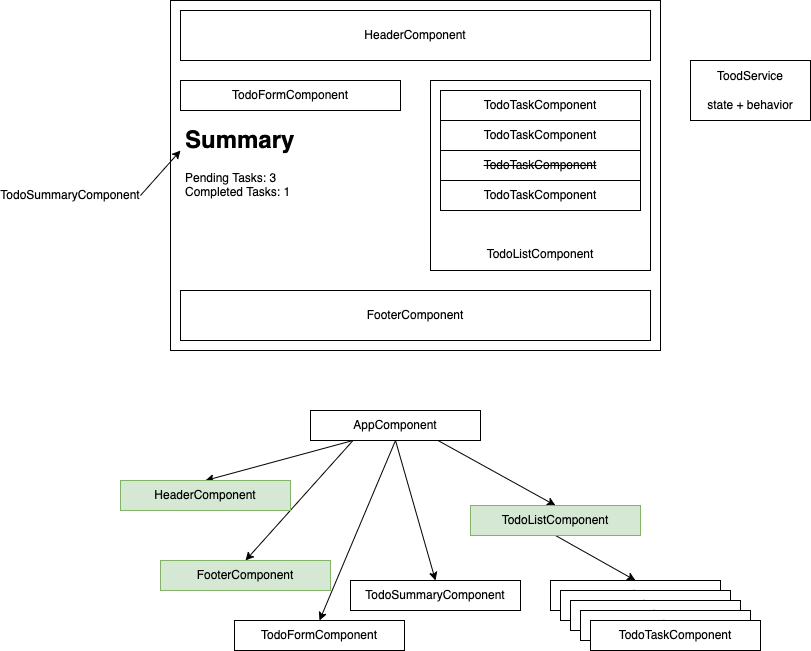
This is 2023-08-23/todolist-app/todolist-app.dio.png from vinod-kayartaya/EV_NODEJS_TS_ANGULAR_AUG_2023, a draw.io export, as it was before one commit. Source tidied: cells renumbered, new cells last; positions are measured from the earlier drawing's top-left corner, leaving out a move shared by most shapes. Source of this version:
```xml
<mxGraphModel>
  <root>
    <mxCell id="0" />
    <mxCell id="1" parent="0" />
    <mxCell id="2" style="rounded=0;whiteSpace=wrap;html=1;" parent="1" vertex="1">
      <mxGeometry x="170" width="490" height="350" as="geometry" />
    </mxCell>
    <mxCell id="3" value="HeaderComponent" style="rounded=0;whiteSpace=wrap;html=1;" parent="1" vertex="1">
      <mxGeometry x="180" y="10" width="470" height="50" as="geometry" />
    </mxCell>
    <mxCell id="4" value="TodoFormComponent" style="rounded=0;whiteSpace=wrap;html=1;" parent="1" vertex="1">
      <mxGeometry x="180" y="80" width="220" height="30" as="geometry" />
    </mxCell>
    <mxCell id="5" value="&lt;br&gt;&lt;br&gt;&lt;br&gt;&lt;br&gt;&lt;br&gt;&lt;br&gt;&lt;br&gt;&lt;br&gt;&lt;br&gt;&lt;br&gt;&lt;br&gt;TodoListComponent" style="rounded=0;whiteSpace=wrap;html=1;" parent="1" vertex="1">
      <mxGeometry x="430" y="80" width="220" height="190" as="geometry" />
    </mxCell>
    <mxCell id="6" value="TodoTaskComponent" style="rounded=0;whiteSpace=wrap;html=1;" parent="1" vertex="1">
      <mxGeometry x="440" y="90" width="200" height="30" as="geometry" />
    </mxCell>
    <mxCell id="7" value="TodoTaskComponent" style="rounded=0;whiteSpace=wrap;html=1;" parent="1" vertex="1">
      <mxGeometry x="440" y="120" width="200" height="30" as="geometry" />
    </mxCell>
    <mxCell id="8" value="&lt;strike&gt;TodoTaskComponent&lt;/strike&gt;" style="rounded=0;whiteSpace=wrap;html=1;" parent="1" vertex="1">
      <mxGeometry x="440" y="150" width="200" height="30" as="geometry" />
    </mxCell>
    <mxCell id="9" value="TodoTaskComponent" style="rounded=0;whiteSpace=wrap;html=1;" parent="1" vertex="1">
      <mxGeometry x="440" y="180" width="200" height="30" as="geometry" />
    </mxCell>
    <mxCell id="10" value="FooterComponent" style="rounded=0;whiteSpace=wrap;html=1;" parent="1" vertex="1">
      <mxGeometry x="180" y="290" width="470" height="50" as="geometry" />
    </mxCell>
    <mxCell id="11" value="&lt;h1&gt;Summary&lt;/h1&gt;&lt;div&gt;Pending Tasks: 3&lt;/div&gt;&lt;div&gt;Completed Tasks: 1&lt;/div&gt;" style="text;html=1;strokeColor=none;fillColor=none;spacing=5;spacingTop=-20;whiteSpace=wrap;overflow=hidden;rounded=0;" parent="1" vertex="1">
      <mxGeometry x="180" y="120" width="190" height="120" as="geometry" />
    </mxCell>
    <mxCell id="12" value="ToodService&lt;br&gt;&lt;br&gt;state + behavior" style="rounded=0;whiteSpace=wrap;html=1;" parent="1" vertex="1">
      <mxGeometry x="690" y="60" width="120" height="60" as="geometry" />
    </mxCell>
    <mxCell id="13" style="edgeStyle=none;html=1;exitX=1;exitY=0.5;exitDx=0;exitDy=0;entryX=0;entryY=0.25;entryDx=0;entryDy=0;" parent="1" edge="1" source="14" target="11">
      <mxGeometry relative="1" as="geometry" />
    </mxCell>
    <mxCell id="14" value="TodoSummaryComponent" style="text;html=1;strokeColor=none;fillColor=none;align=center;verticalAlign=middle;whiteSpace=wrap;rounded=0;" parent="1" vertex="1">
      <mxGeometry y="180" width="140" height="30" as="geometry" />
    </mxCell>
    <mxCell id="15" style="edgeStyle=none;html=1;exitX=0.25;exitY=1;exitDx=0;exitDy=0;entryX=0.5;entryY=0;entryDx=0;entryDy=0;" parent="1" edge="1" source="20" target="21">
      <mxGeometry relative="1" as="geometry" />
    </mxCell>
    <mxCell id="16" style="edgeStyle=none;html=1;exitX=0.25;exitY=1;exitDx=0;exitDy=0;entryX=0.5;entryY=0;entryDx=0;entryDy=0;" parent="1" edge="1" source="20" target="22">
      <mxGeometry relative="1" as="geometry" />
    </mxCell>
    <mxCell id="17" style="edgeStyle=none;html=1;exitX=0.5;exitY=1;exitDx=0;exitDy=0;entryX=0.5;entryY=0;entryDx=0;entryDy=0;" parent="1" edge="1" source="20" target="23">
      <mxGeometry relative="1" as="geometry" />
    </mxCell>
    <mxCell id="18" style="edgeStyle=none;html=1;exitX=0.5;exitY=1;exitDx=0;exitDy=0;entryX=0.5;entryY=0;entryDx=0;entryDy=0;" parent="1" edge="1" source="20" target="24">
      <mxGeometry relative="1" as="geometry" />
    </mxCell>
    <mxCell id="19" style="edgeStyle=none;html=1;exitX=0.75;exitY=1;exitDx=0;exitDy=0;entryX=0.5;entryY=0;entryDx=0;entryDy=0;" parent="1" edge="1" source="20" target="26">
      <mxGeometry relative="1" as="geometry" />
    </mxCell>
    <mxCell id="20" value="AppComponent" style="rounded=0;whiteSpace=wrap;html=1;" parent="1" vertex="1">
      <mxGeometry x="310" y="410" width="170" height="30" as="geometry" />
    </mxCell>
    <mxCell id="21" value="HeaderComponent" style="rounded=0;whiteSpace=wrap;html=1;fillColor=#d5e8d4;strokeColor=#82b366;" parent="1" vertex="1">
      <mxGeometry x="120" y="480" width="170" height="30" as="geometry" />
    </mxCell>
    <mxCell id="22" value="FooterComponent" style="rounded=0;whiteSpace=wrap;html=1;fillColor=#d5e8d4;strokeColor=#82b366;" parent="1" vertex="1">
      <mxGeometry x="160" y="560" width="170" height="30" as="geometry" />
    </mxCell>
    <mxCell id="23" value="TodoFormComponent" style="rounded=0;whiteSpace=wrap;html=1;" parent="1" vertex="1">
      <mxGeometry x="234" y="620" width="170" height="30" as="geometry" />
    </mxCell>
    <mxCell id="24" value="TodoSummaryComponent" style="rounded=0;whiteSpace=wrap;html=1;" parent="1" vertex="1">
      <mxGeometry x="350" y="580" width="170" height="30" as="geometry" />
    </mxCell>
    <mxCell id="25" style="edgeStyle=none;html=1;exitX=0.5;exitY=1;exitDx=0;exitDy=0;entryX=0.5;entryY=0;entryDx=0;entryDy=0;" parent="1" edge="1" source="26" target="27">
      <mxGeometry relative="1" as="geometry" />
    </mxCell>
    <mxCell id="26" value="TodoListComponent" style="rounded=0;whiteSpace=wrap;html=1;fillColor=#d5e8d4;strokeColor=#82b366;" parent="1" vertex="1">
      <mxGeometry x="470" y="505" width="170" height="30" as="geometry" />
    </mxCell>
    <mxCell id="27" value="TodoTaskComponent" style="rounded=0;whiteSpace=wrap;html=1;" parent="1" vertex="1">
      <mxGeometry x="550" y="580" width="170" height="30" as="geometry" />
    </mxCell>
    <mxCell id="28" value="TodoTaskComponent" style="rounded=0;whiteSpace=wrap;html=1;" parent="1" vertex="1">
      <mxGeometry x="560" y="590" width="170" height="30" as="geometry" />
    </mxCell>
    <mxCell id="29" value="TodoTaskComponent" style="rounded=0;whiteSpace=wrap;html=1;" parent="1" vertex="1">
      <mxGeometry x="570" y="600" width="170" height="30" as="geometry" />
    </mxCell>
    <mxCell id="30" value="TodoTaskComponent" style="rounded=0;whiteSpace=wrap;html=1;" parent="1" vertex="1">
      <mxGeometry x="580" y="610" width="170" height="30" as="geometry" />
    </mxCell>
    <mxCell id="31" value="TodoTaskComponent" style="rounded=0;whiteSpace=wrap;html=1;" parent="1" vertex="1">
      <mxGeometry x="590" y="620" width="170" height="30" as="geometry" />
    </mxCell>
  </root>
</mxGraphModel>
```
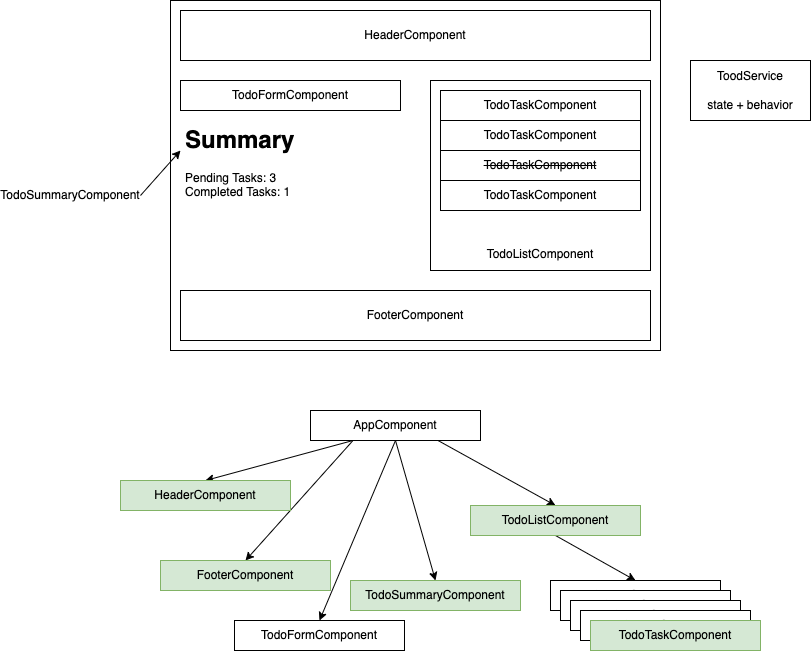
Later version of the same file.

What changed in the source:
```diff
@@ -68,7 +68,7 @@
     <mxCell id="23" value="TodoFormComponent" style="rounded=0;whiteSpace=wrap;html=1;" parent="1" vertex="1">
       <mxGeometry x="234" y="620" width="170" height="30" as="geometry" />
     </mxCell>
-    <mxCell id="24" value="TodoSummaryComponent" style="rounded=0;whiteSpace=wrap;html=1;" parent="1" vertex="1">
+    <mxCell id="24" value="TodoSummaryComponent" style="rounded=0;whiteSpace=wrap;html=1;fillColor=#d5e8d4;strokeColor=#82b366;" parent="1" vertex="1">
       <mxGeometry x="350" y="580" width="170" height="30" as="geometry" />
     </mxCell>
     <mxCell id="25" style="edgeStyle=none;html=1;exitX=0.5;exitY=1;exitDx=0;exitDy=0;entryX=0.5;entryY=0;entryDx=0;entryDy=0;" parent="1" edge="1" source="26" target="27">
@@ -89,7 +89,7 @@
     <mxCell id="30" value="TodoTaskComponent" style="rounded=0;whiteSpace=wrap;html=1;" parent="1" vertex="1">
       <mxGeometry x="580" y="610" width="170" height="30" as="geometry" />
     </mxCell>
-    <mxCell id="31" value="TodoTaskComponent" style="rounded=0;whiteSpace=wrap;html=1;" parent="1" vertex="1">
+    <mxCell id="31" value="TodoTaskComponent" style="rounded=0;whiteSpace=wrap;html=1;fillColor=#d5e8d4;strokeColor=#82b366;" parent="1" vertex="1">
       <mxGeometry x="590" y="620" width="170" height="30" as="geometry" />
     </mxCell>
   </root>
```
